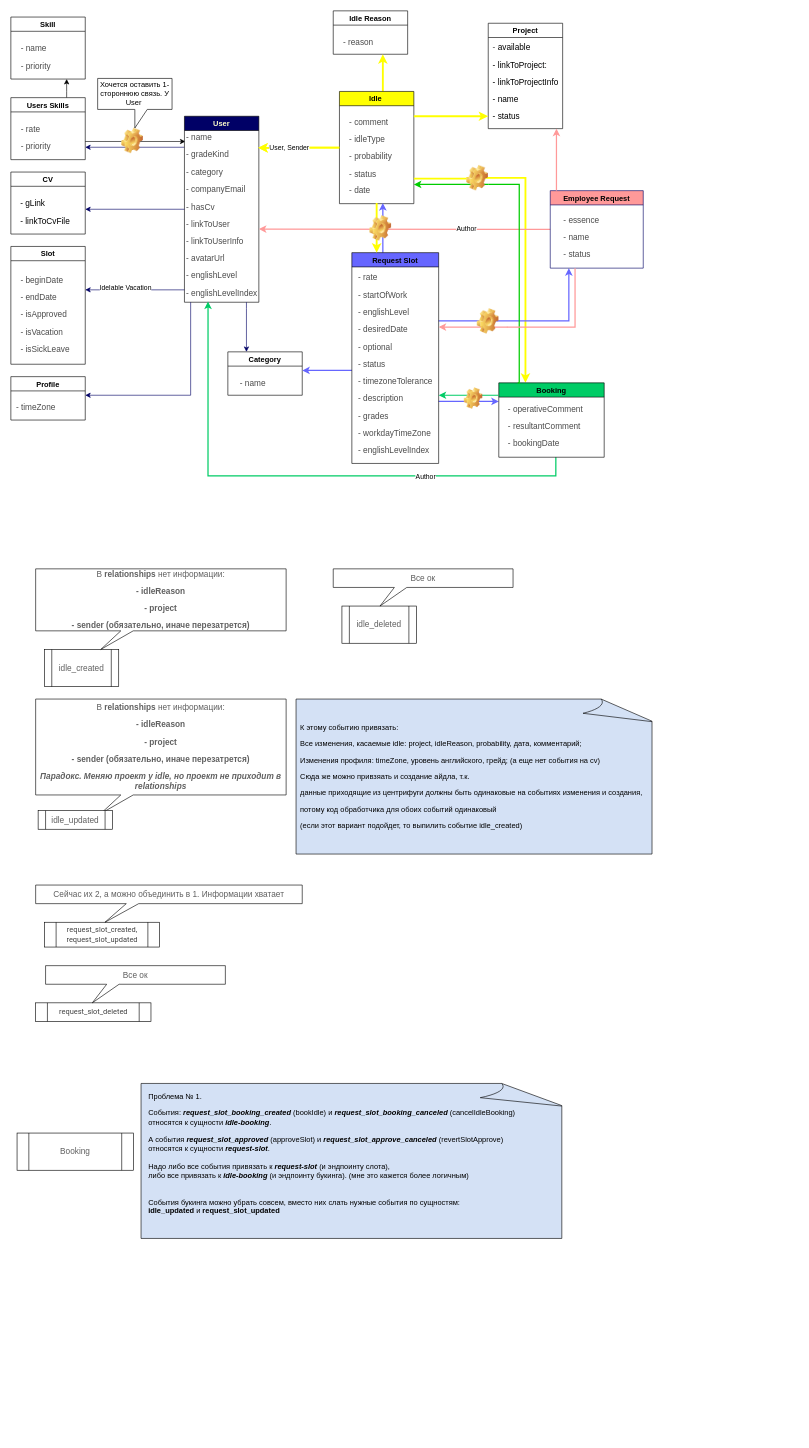
Earlier version of the draw.io diagram idles/Untitled Diagram.drawio (Nats92/diagrams). Source tidied: cells renumbered, new cells numbered last; positions are measured from the earlier drawing's top-left corner, leaving out a move shared by most shapes. Both pictures are drawn from the tidied source at 62%, with x=0, y=0 at pixel (11, 11).
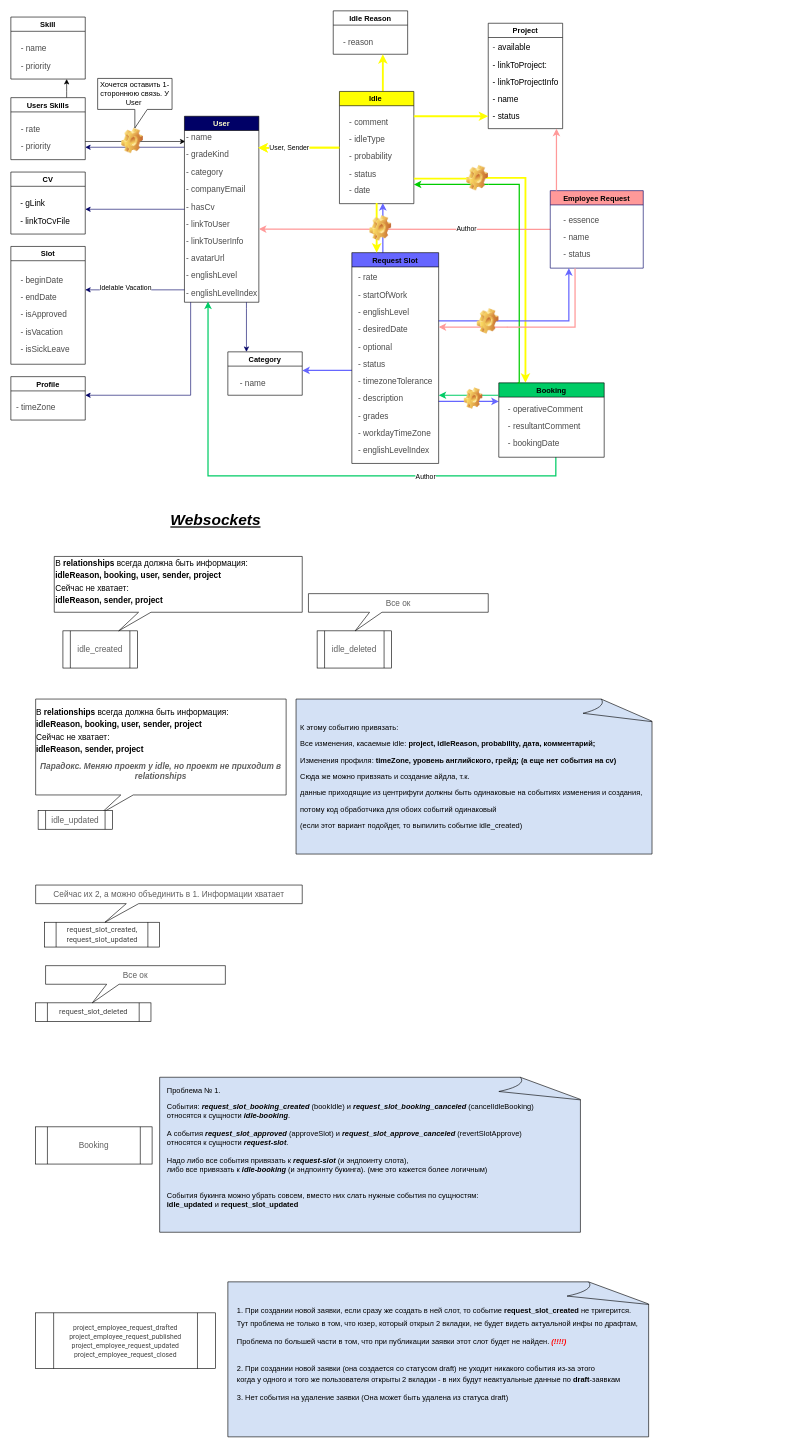
After the change.

The change refers to these unchanged cells:
```xml
<mxCell id="51" style="group;fillColor=none;" parent="50" vertex="1">
  <mxGeometry x="10" width="1000" height="265" as="geometry" />
</mxCell>
<mxCell id="53" style="group;fillColor=none;" parent="51" vertex="1">
  <mxGeometry x="420" width="580" height="265" as="geometry" />
</mxCell>
```

Diff of the diagram source:
```diff
@@
     <mxCell id="46" style="group;" parent="1" vertex="1">
-      <mxGeometry x="40" y="900" width="404" height="190" as="geometry" />
+      <mxGeometry x="70" y="870" width="404" height="190" as="geometry" />
     </mxCell>
@@
-    <mxCell id="48" value="&lt;p&gt;&lt;span style=&quot;font-family: noto_regular; color: rgb(96, 96, 96); font-size: 10pt;&quot;&gt;В &lt;/span&gt;&lt;strong style=&quot;font-family: noto_regular; color: rgb(96, 96, 96); font-size: 10pt;&quot;&gt;relationships&lt;/strong&gt;&lt;span style=&quot;font-family: noto_regular; color: rgb(96, 96, 96); font-size: 10pt;&quot;&gt; нет информации:&lt;/span&gt;&lt;/p&gt;&lt;p&gt;&lt;strong style=&quot;font-family: noto_regular; color: rgb(96, 96, 96); font-size: 10pt;&quot;&gt;- idleReason&lt;/strong&gt;&lt;/p&gt;&lt;p&gt;&lt;strong style=&quot;font-family: noto_regular; color: rgb(96, 96, 96); font-size: 10pt;&quot;&gt;- project&lt;/strong&gt;&lt;/p&gt;&lt;p&gt;&lt;strong style=&quot;font-family: noto_regular; color: rgb(96, 96, 96); font-size: 10pt;&quot;&gt;- sender (обязательно, иначе перезатрется)&lt;/strong&gt;&lt;/p&gt;" style="shape=callout;whiteSpace=wrap;html=1;perimeter=calloutPerimeter;size=30;position=0.34;position2=0.26;base=20;" parent="46" vertex="1">
-      <mxGeometry width="404" height="130" as="geometry" />
-    </mxCell>
+    <mxCell id="90" value="&lt;p style=&quot;line-height: 0;&quot;&gt;&lt;font face=&quot;noto_regular&quot;&gt;&lt;span style=&quot;font-size: 13.3333px;&quot;&gt;В &lt;b style=&quot;&quot;&gt;relationships &lt;/b&gt;всегда должна быть информация:&amp;nbsp;&lt;/span&gt;&lt;/font&gt;&lt;/p&gt;&lt;p&gt;&lt;font face=&quot;noto_regular&quot;&gt;&lt;span style=&quot;font-size: 13.3333px;&quot;&gt;&lt;b style=&quot;&quot;&gt;idleReason, booking, user, sender, project&lt;/b&gt;&lt;/span&gt;&lt;/font&gt;&lt;/p&gt;&lt;p style=&quot;line-height: 0;&quot;&gt;&lt;font face=&quot;noto_regular&quot;&gt;&lt;span style=&quot;font-size: 13.3333px;&quot;&gt;Сейчас не хватает:&amp;nbsp;&lt;/span&gt;&lt;/font&gt;&lt;/p&gt;&lt;p&gt;&lt;font face=&quot;noto_regular&quot;&gt;&lt;span style=&quot;font-size: 13.3333px;&quot;&gt;&lt;b&gt;idleReason, sender, project&lt;/b&gt;&lt;/span&gt;&lt;/font&gt;&lt;/p&gt;" style="shape=callout;whiteSpace=wrap;html=1;perimeter=calloutPerimeter;size=30;position=0.34;position2=0.26;base=20;align=left;" parent="46" vertex="1">
+      <mxGeometry y="10" width="400" height="120" as="geometry" />
+    </mxCell>
@@
-    <mxCell id="52" value="&lt;p&gt;&lt;span style=&quot;font-family: noto_regular; color: rgb(96, 96, 96); font-size: 10pt;&quot;&gt;В &lt;/span&gt;&lt;strong style=&quot;font-family: noto_regular; color: rgb(96, 96, 96); font-size: 10pt;&quot;&gt;relationships&lt;/strong&gt;&lt;span style=&quot;font-family: noto_regular; color: rgb(96, 96, 96); font-size: 10pt;&quot;&gt; нет информации:&lt;/span&gt;&lt;/p&gt;&lt;p&gt;&lt;strong style=&quot;font-family: noto_regular; color: rgb(96, 96, 96); font-size: 10pt;&quot;&gt;- idleReason&lt;/strong&gt;&lt;/p&gt;&lt;p&gt;&lt;strong style=&quot;font-family: noto_regular; color: rgb(96, 96, 96); font-size: 10pt;&quot;&gt;- project&lt;/strong&gt;&lt;/p&gt;&lt;p&gt;&lt;strong style=&quot;font-family: noto_regular; color: rgb(96, 96, 96); font-size: 10pt;&quot;&gt;- sender (обязательно, иначе перезатрется)&lt;/strong&gt;&lt;/p&gt;&lt;p&gt;&lt;strong style=&quot;font-family: noto_regular; color: rgb(96, 96, 96); font-size: 10pt;&quot;&gt;&lt;/strong&gt;&lt;/p&gt;&lt;p&gt;&lt;strong style=&quot;font-family: noto_regular; color: rgb(96, 96, 96); font-size: 10pt;&quot;&gt;&lt;em&gt;Парадокс. Меняю проект у idle, но проект не приходит в relationships&lt;/em&gt;&lt;/strong&gt;&lt;/p&gt;" style="shape=callout;whiteSpace=wrap;html=1;perimeter=calloutPerimeter;size=30;position=0.34;position2=0.26;base=20;" parent="51" vertex="1">
+    <mxCell id="52" value="&lt;p style=&quot;text-align: left; line-height: 0;&quot;&gt;&lt;font face=&quot;noto_regular&quot;&gt;&lt;span style=&quot;font-size: 13.3333px;&quot;&gt;В&amp;nbsp;&lt;b&gt;relationships&amp;nbsp;&lt;/b&gt;всегда должна быть информация:&amp;nbsp;&lt;/span&gt;&lt;/font&gt;&lt;/p&gt;&lt;p style=&quot;text-align: left;&quot;&gt;&lt;font face=&quot;noto_regular&quot;&gt;&lt;span style=&quot;font-size: 13.3333px;&quot;&gt;&lt;b&gt;idleReason, booking, user, sender, project&lt;/b&gt;&lt;/span&gt;&lt;/font&gt;&lt;/p&gt;&lt;p style=&quot;text-align: left; line-height: 0;&quot;&gt;&lt;font face=&quot;noto_regular&quot;&gt;&lt;span style=&quot;font-size: 13.3333px;&quot;&gt;Сейчас не хватает:&amp;nbsp;&lt;/span&gt;&lt;/font&gt;&lt;/p&gt;&lt;p style=&quot;text-align: left;&quot;&gt;&lt;font face=&quot;noto_regular&quot;&gt;&lt;span style=&quot;font-size: 13.3333px;&quot;&gt;&lt;b&gt;idleReason, sender, project&lt;/b&gt;&lt;/span&gt;&lt;/font&gt;&lt;/p&gt;&lt;p&gt;&lt;strong style=&quot;font-family: noto_regular; color: rgb(96, 96, 96); font-size: 10pt;&quot;&gt;&lt;/strong&gt;&lt;/p&gt;&lt;p&gt;&lt;strong style=&quot;font-family: noto_regular; color: rgb(96, 96, 96); font-size: 10pt;&quot;&gt;&lt;em&gt;Парадокс. Меняю проект у idle, но проект не приходит в relationships&lt;/em&gt;&lt;/strong&gt;&lt;/p&gt;" style="shape=callout;whiteSpace=wrap;html=1;perimeter=calloutPerimeter;size=30;position=0.34;position2=0.26;base=20;" parent="51" vertex="1">
       <mxGeometry width="404" height="184.7" as="geometry" />
     </mxCell>
@@
-    <mxCell id="55" value="&lt;p&gt;К этому событию привязать:&lt;/p&gt;&lt;p&gt;Все изменения, касаемые idle:&amp;nbsp;&lt;span style=&quot;background-color: initial;&quot;&gt;project, idleReason, probability, дата, комментарий;&lt;/span&gt;&lt;/p&gt;&lt;p&gt;Изменения профиля:&amp;nbsp;&lt;span style=&quot;background-color: initial;&quot;&gt;timeZone, уровень английского, грейд; (а еще нет события на cv)&lt;/span&gt;&lt;/p&gt;&lt;p&gt;Сюда же можно привзяать и создание айдла, т.к.&amp;nbsp;&lt;/p&gt;&lt;p&gt;данные приходящие из центрифуги должны быть одинаковые на событиях изменения и создания,&amp;nbsp;&lt;/p&gt;&lt;p&gt;потому код обработчика для обоих событий одинаковый&amp;nbsp;&lt;/p&gt;&lt;p&gt;(если этот вариант подойдет, то выпилить событие idle_created)&lt;/p&gt;" style="text;html=1;align=left;verticalAlign=middle;fillColor=none;strokeColor=none;rounded=0;" parent="53" vertex="1">
+    <mxCell id="55" value="&lt;p&gt;К этому событию привязать:&lt;/p&gt;&lt;p&gt;Все изменения, касаемые idle:&lt;b&gt;&amp;nbsp;&lt;span style=&quot;background-color: initial;&quot;&gt;project, idleReason, probability, дата, комментарий;&lt;/span&gt;&lt;/b&gt;&lt;/p&gt;&lt;p&gt;Изменения профиля:&amp;nbsp;&lt;span style=&quot;background-color: initial;&quot;&gt;&lt;b&gt;timeZone, уровень английского, грейд; (а еще нет события на cv)&lt;/b&gt;&lt;/span&gt;&lt;/p&gt;&lt;p&gt;Сюда же можно привзяать и создание айдла, т.к.&amp;nbsp;&lt;/p&gt;&lt;p&gt;данные приходящие из центрифуги должны быть одинаковые на событиях изменения и создания,&amp;nbsp;&lt;/p&gt;&lt;p&gt;потому код обработчика для обоих событий одинаковый&amp;nbsp;&lt;/p&gt;&lt;p&gt;(если этот вариант подойдет, то выпилить событие idle_created)&lt;/p&gt;" style="text;html=1;align=left;verticalAlign=middle;fillColor=none;strokeColor=none;rounded=0;" parent="53" vertex="1">
       <mxGeometry x="5" y="25" width="570" height="200" as="geometry" />
     </mxCell>
@@
     <mxCell id="68" style="group;fillColor=none;" parent="1" vertex="1">
-      <mxGeometry x="40" y="1410" width="1080" height="250" as="geometry" />
+      <mxGeometry x="40" y="1410" width="1080" height="570" as="geometry" />
     </mxCell>
-    <mxCell id="69" style="group;fillColor=none;" parent="68" vertex="1">
-      <mxGeometry x="170" y="320" width="685.6" height="250" as="geometry" />
-    </mxCell>
-    <mxCell id="70" style="whiteSpace=wrap;html=1;shape=mxgraph.basic.document;fillColor=#D4E1F5;" parent="69" vertex="1">
-      <mxGeometry width="685.6" height="250" as="geometry" />
-    </mxCell>
-    <mxCell id="71" value="&lt;p style=&quot;&quot;&gt;&lt;font style=&quot;font-size: 12px;&quot;&gt;Проблема № 1.&lt;/font&gt;&lt;/p&gt;&lt;p style=&quot;&quot;&gt;&lt;/p&gt;&lt;font style=&quot;font-size: 12px;&quot;&gt;&lt;font style=&quot;font-size: 12px;&quot;&gt;События:&amp;nbsp;&lt;i&gt;&lt;b&gt;request_slot_booking_created&lt;/b&gt;&lt;/i&gt; (bookIdle) и&amp;nbsp;&lt;i&gt;&lt;b&gt;request_slot_booking_canceled&lt;/b&gt;&lt;/i&gt; (cancelIdleBooking) &lt;br&gt;относятся к сущности&lt;i&gt;&lt;b&gt; idle-booking&lt;/b&gt;&lt;/i&gt;.&lt;br&gt;&lt;br&gt;А события&amp;nbsp;&lt;/font&gt;&lt;b&gt;&lt;i&gt;request_slot_approved&lt;/i&gt;&lt;/b&gt; (approveSlot) и&amp;nbsp;&lt;i&gt;&lt;b&gt;request_slot_approve_canceled&lt;/b&gt;&lt;/i&gt; (revertSlotApprove) &lt;br&gt;относятся к сущности &lt;i&gt;&lt;b&gt;request-slot&lt;/b&gt;&lt;/i&gt;. &lt;br&gt;&lt;br&gt;Надо либо все события привязать к&amp;nbsp;&lt;b style=&quot;font-style: italic;&quot;&gt;request-slot &lt;/b&gt;(и эндпоинту слота),&lt;br&gt;либо все привязать к&amp;nbsp;&lt;i&gt;&lt;b&gt;idle-booking&amp;nbsp;&lt;/b&gt;&lt;/i&gt;(и эндпоинту букинга). (мне это кажется более логичным)&lt;br&gt;&lt;br&gt;&lt;br&gt;События букинга можно убрать совсем, вместо них слать нужные события по сущностям: &lt;br&gt;&lt;b&gt;idle_updated&lt;/b&gt; и &lt;b&gt;request_slot_updated&lt;/b&gt;&lt;br&gt;&lt;br&gt;&lt;/font&gt;" style="text;html=1;align=left;verticalAlign=middle;fillColor=none;strokeColor=none;rounded=0;" parent="69" vertex="1">
-      <mxGeometry x="10" width="610" height="230" as="geometry" />
-    </mxCell>
-    <mxCell id="72" value="&lt;span style=&quot;font-family: noto_regular; color: rgb(96, 96, 96); font-size: 10pt;&quot;&gt;Booking&lt;/span&gt;" style="shape=process;whiteSpace=wrap;html=1;backgroundOutline=1;" parent="68" vertex="1">
-      <mxGeometry x="-30" y="400" width="187.8" height="60" as="geometry" />
-    </mxCell>
@@
+    <mxCell id="91" style="group;" parent="68" vertex="1">
+      <mxGeometry y="310" width="885.6" height="250" as="geometry" />
+    </mxCell>
+    <mxCell id="69" style="group;fillColor=none;" parent="91" vertex="1">
+      <mxGeometry x="200" width="685.6" height="250" as="geometry" />
+    </mxCell>
+    <mxCell id="70" style="whiteSpace=wrap;html=1;shape=mxgraph.basic.document;fillColor=#D4E1F5;" parent="69" vertex="1">
+      <mxGeometry width="685.6" height="250" as="geometry" />
+    </mxCell>
+    <mxCell id="71" value="&lt;p style=&quot;&quot;&gt;&lt;font style=&quot;font-size: 12px;&quot;&gt;Проблема № 1.&lt;/font&gt;&lt;/p&gt;&lt;p style=&quot;&quot;&gt;&lt;/p&gt;&lt;font style=&quot;font-size: 12px;&quot;&gt;&lt;font style=&quot;font-size: 12px;&quot;&gt;События:&amp;nbsp;&lt;i&gt;&lt;b&gt;request_slot_booking_created&lt;/b&gt;&lt;/i&gt; (bookIdle) и&amp;nbsp;&lt;i&gt;&lt;b&gt;request_slot_booking_canceled&lt;/b&gt;&lt;/i&gt; (cancelIdleBooking) &lt;br&gt;относятся к сущности&lt;i&gt;&lt;b&gt; idle-booking&lt;/b&gt;&lt;/i&gt;.&lt;br&gt;&lt;br&gt;А события&amp;nbsp;&lt;/font&gt;&lt;b&gt;&lt;i&gt;request_slot_approved&lt;/i&gt;&lt;/b&gt; (approveSlot) и&amp;nbsp;&lt;i&gt;&lt;b&gt;request_slot_approve_canceled&lt;/b&gt;&lt;/i&gt; (revertSlotApprove) &lt;br&gt;относятся к сущности &lt;i&gt;&lt;b&gt;request-slot&lt;/b&gt;&lt;/i&gt;. &lt;br&gt;&lt;br&gt;Надо либо все события привязать к&amp;nbsp;&lt;b style=&quot;font-style: italic;&quot;&gt;request-slot &lt;/b&gt;(и эндпоинту слота),&lt;br&gt;либо все привязать к&amp;nbsp;&lt;i&gt;&lt;b&gt;idle-booking&amp;nbsp;&lt;/b&gt;&lt;/i&gt;(и эндпоинту букинга). (мне это кажется более логичным)&lt;br&gt;&lt;br&gt;&lt;br&gt;События букинга можно убрать совсем, вместо них слать нужные события по сущностям: &lt;br&gt;&lt;b&gt;idle_updated&lt;/b&gt; и &lt;b&gt;request_slot_updated&lt;/b&gt;&lt;br&gt;&lt;br&gt;&lt;/font&gt;" style="text;html=1;align=left;verticalAlign=middle;fillColor=none;strokeColor=none;rounded=0;" parent="69" vertex="1">
+      <mxGeometry x="10" width="610" height="230" as="geometry" />
+    </mxCell>
+    <mxCell id="72" value="&lt;span style=&quot;font-family: noto_regular; color: rgb(96, 96, 96); font-size: 10pt;&quot;&gt;Booking&lt;/span&gt;" style="shape=process;whiteSpace=wrap;html=1;backgroundOutline=1;" parent="91" vertex="1">
+      <mxGeometry y="80" width="187.8" height="60" as="geometry" />
+    </mxCell>
@@
-    <mxCell id="87" style="group;" parent="1" vertex="1">
-      <mxGeometry x="520" y="830" width="404" height="190" as="geometry" />
-    </mxCell>
-    <mxCell id="88" value="&lt;span style=&quot;color: rgb(96, 96, 96); font-family: noto_regular; font-size: 13.3333px;&quot;&gt;idle_deleted&lt;/span&gt;" style="shape=process;whiteSpace=wrap;html=1;backgroundOutline=1;" parent="87" vertex="1">
-      <mxGeometry x="14" y="130" width="120" height="60" as="geometry" />
+    <mxCell id="88" value="&lt;span style=&quot;color: rgb(96, 96, 96); font-family: noto_regular; font-size: 13.3333px;&quot;&gt;idle_deleted&lt;/span&gt;" style="shape=process;whiteSpace=wrap;html=1;backgroundOutline=1;" parent="1" vertex="1">
+      <mxGeometry x="494" y="1000" width="120" height="60" as="geometry" />
     </mxCell>
-    <mxCell id="89" value="&lt;p&gt;&lt;font face=&quot;noto_regular&quot; color=&quot;#606060&quot;&gt;&lt;span style=&quot;font-size: 13.3333px;&quot;&gt;Все ок&lt;/span&gt;&lt;/font&gt;&lt;/p&gt;" style="shape=callout;whiteSpace=wrap;html=1;perimeter=calloutPerimeter;size=30;position=0.34;position2=0.26;base=20;" parent="87" vertex="1">
-      <mxGeometry y="70" width="290" height="60" as="geometry" />
+    <mxCell id="89" value="&lt;p&gt;&lt;font face=&quot;noto_regular&quot; color=&quot;#606060&quot;&gt;&lt;span style=&quot;font-size: 13.3333px;&quot;&gt;Все ок&lt;/span&gt;&lt;/font&gt;&lt;/p&gt;" style="shape=callout;whiteSpace=wrap;html=1;perimeter=calloutPerimeter;size=30;position=0.34;position2=0.26;base=20;" parent="1" vertex="1">
+      <mxGeometry x="480" y="940" width="290" height="60" as="geometry" />
     </mxCell>
+    <mxCell id="92" value="&lt;font style=&quot;font-size: 25px;&quot;&gt;&lt;i&gt;&lt;b&gt;&lt;u&gt;Websockets&lt;/u&gt;&lt;/b&gt;&lt;/i&gt;&lt;/font&gt;" style="text;html=1;align=center;verticalAlign=middle;strokeColor=none;fillColor=none;" parent="1" vertex="1">
+      <mxGeometry x="250" y="810" width="160" height="20" as="geometry" />
+    </mxCell>
+    <mxCell id="93" value="&lt;font style=&quot;font-size: 11px;&quot;&gt;&lt;span style=&quot;color: rgb(66, 66, 66); font-family: Roboto, sans-serif; text-align: start; background-color: rgb(255, 255, 255);&quot;&gt;&lt;font style=&quot;font-size: 11px;&quot;&gt;project_employee_request_drafted&lt;br&gt;&lt;/font&gt;&lt;/span&gt;&lt;span style=&quot;color: rgb(66, 66, 66); font-family: Roboto, sans-serif; text-align: start; background-color: rgb(255, 255, 255);&quot;&gt;project_employee_request_published&lt;br&gt;&lt;/span&gt;&lt;span style=&quot;color: rgb(66, 66, 66); font-family: Roboto, sans-serif; text-align: start; background-color: rgb(255, 255, 255);&quot;&gt;project_employee_request_updated&lt;br&gt;&lt;/span&gt;&lt;span style=&quot;color: rgb(66, 66, 66); font-family: Roboto, sans-serif; text-align: start; background-color: rgb(255, 255, 255);&quot;&gt;project_employee_request_closed&lt;/span&gt;&lt;/font&gt;&lt;span style=&quot;color: rgb(66, 66, 66); font-family: Roboto, sans-serif; text-align: start; background-color: rgb(255, 255, 255);&quot;&gt;&lt;font style=&quot;font-size: 12px;&quot;&gt;&lt;br&gt;&lt;/font&gt;&lt;/span&gt;" style="shape=process;whiteSpace=wrap;html=1;backgroundOutline=1;" parent="1" vertex="1">
+      <mxGeometry x="40" y="2100" width="290" height="90" as="geometry" />
+    </mxCell>
+    <mxCell id="94" style="group;fillColor=none;" parent="1" vertex="1">
+      <mxGeometry x="350" y="2050" width="685.6" height="250" as="geometry" />
+    </mxCell>
+    <mxCell id="95" style="whiteSpace=wrap;html=1;shape=mxgraph.basic.document;fillColor=#D4E1F5;" parent="94" vertex="1">
+      <mxGeometry width="685.6" height="250" as="geometry" />
+    </mxCell>
+    <mxCell id="96" value="&lt;p style=&quot;line-height: 0;&quot;&gt;1. При создании новой заявки, если сразу же создать в ней слот, то событие &lt;b&gt;request_slot_created&lt;/b&gt; не тригерится.&amp;nbsp;&lt;/p&gt;&lt;p style=&quot;line-height: 1.4;&quot;&gt;Тут проблема не только в том, что юзер, который открыл 2 вкладки, не будет видеть актуальной инфы по драфтам,&lt;/p&gt;&lt;p style=&quot;line-height: 1.4;&quot;&gt;Проблема по большей части в том, что при публикации заявки этот слот будет не найден. &lt;font color=&quot;#ff0303&quot;&gt;&lt;b&gt;&lt;i&gt;(!!!!)&lt;/i&gt;&lt;/b&gt;&lt;/font&gt;&lt;/p&gt;&lt;p style=&quot;line-height: 1.4;&quot;&gt;&amp;nbsp;&amp;nbsp;&lt;br&gt;2. При создании новой заявки (она создается со статусом draft) не уходит никакого события из-за этого &lt;br&gt;когда у одного и того же пользователя открыты 2 вкладки - в них будут неактуальные данные по &lt;b&gt;draft&lt;/b&gt;-заявкам&amp;nbsp;&lt;/p&gt;&lt;p style=&quot;line-height: 1.4;&quot;&gt;3. Нет события на удаление заявки (Она может быть удалена из статуса draft)&lt;/p&gt;&lt;p style=&quot;line-height: 1.4;&quot;&gt;&lt;br&gt;&lt;/p&gt;" style="text;html=1;align=left;verticalAlign=middle;fillColor=none;strokeColor=none;rounded=0;" parent="94" vertex="1">
+      <mxGeometry x="12.8" y="30" width="660" height="210" as="geometry" />
+    </mxCell>
```
